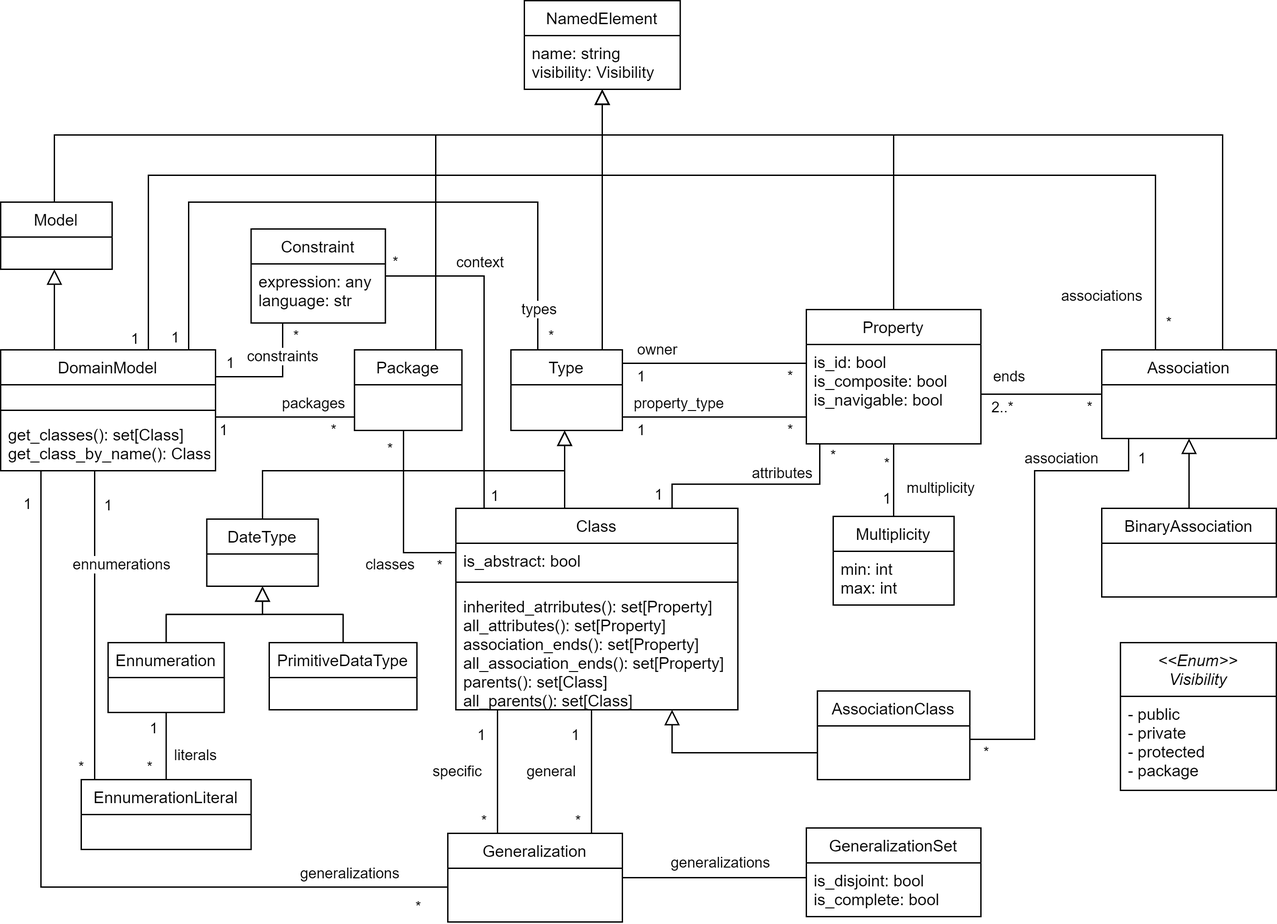
Before: docs/source/img/structural_mm.png, a diagram exported from draw.io (BESSER-PEARL/BESSER). Source tidied: cells renumbered, new cells last; positions are measured from the earlier drawing's top-left corner, leaving out a move shared by most shapes.
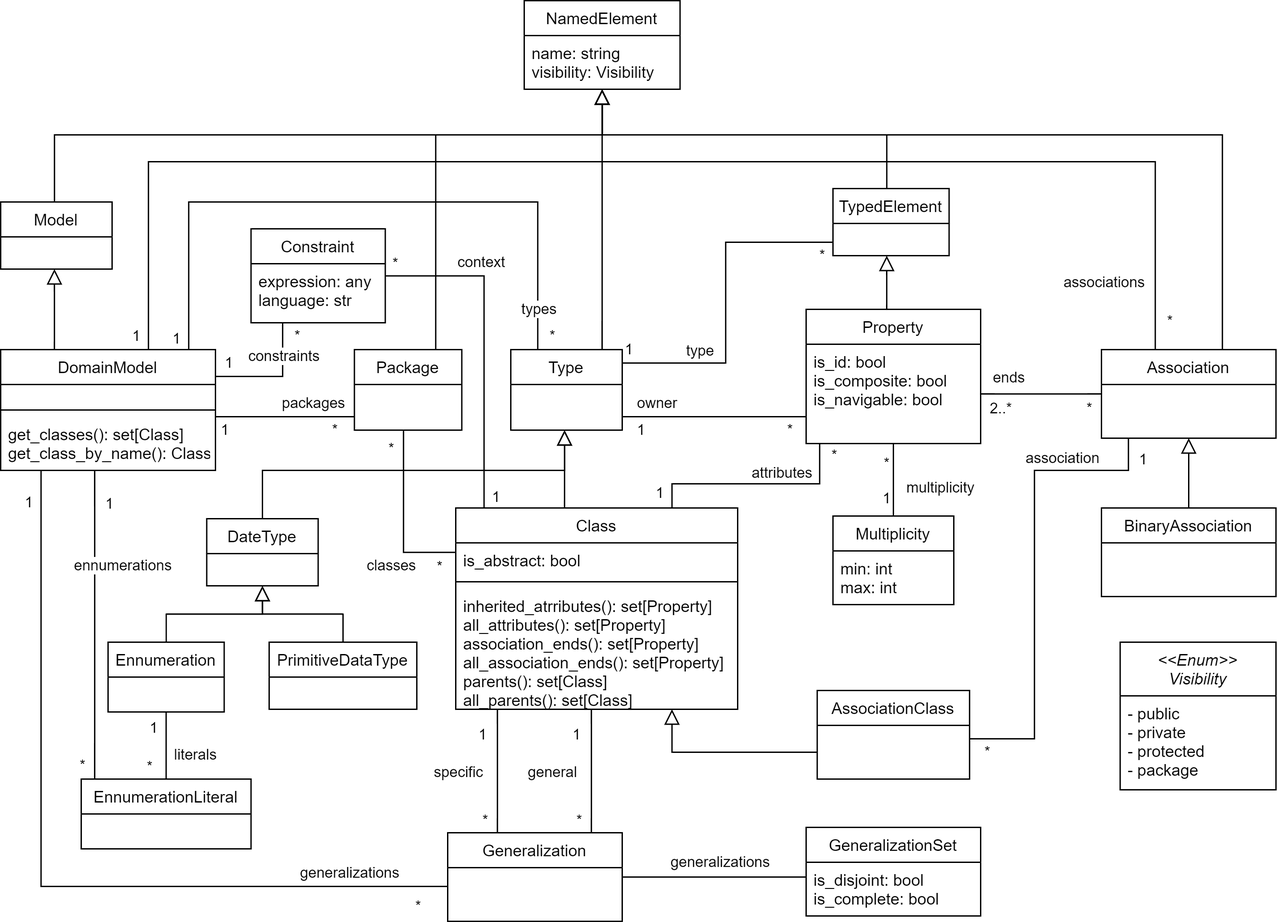
The same diagram one commit later.

The edit, as a diff of the source:
```diff
@@ -38,8 +38,8 @@
     <mxCell id="13" style="endArrow=none;html=1;edgeStyle=orthogonalEdgeStyle;rounded=0;" parent="1" edge="1" source="6" target="11">
       <mxGeometry relative="1" as="geometry">
         <Array as="points">
-          <mxPoint x="490" y="270" />
-          <mxPoint x="490" y="270" />
+          <mxPoint x="530" y="310" />
+          <mxPoint x="530" y="310" />
         </Array>
       </mxGeometry>
     </mxCell>
@@ -58,27 +58,27 @@
         <mxPoint x="-3" y="11" as="offset" />
       </mxGeometry>
     </mxCell>
-    <mxCell id="17" style="endArrow=none;html=1;edgeStyle=orthogonalEdgeStyle;rounded=0;" parent="1" edge="1" source="6" target="11">
+    <mxCell id="17" style="endArrow=none;html=1;edgeStyle=orthogonalEdgeStyle;rounded=0;" parent="1" edge="1" source="6" target="115">
       <mxGeometry relative="1" as="geometry">
         <Array as="points">
-          <mxPoint x="510" y="310" />
-          <mxPoint x="510" y="310" />
+          <mxPoint x="540" y="270" />
+          <mxPoint x="540" y="180" />
         </Array>
       </mxGeometry>
     </mxCell>
-    <mxCell id="18" value="property_type" style="edgeLabel;html=1;align=center;verticalAlign=middle;" parent="17" vertex="1">
+    <mxCell id="18" value="type" style="edgeLabel;html=1;align=center;verticalAlign=middle;" parent="17" vertex="1">
       <mxGeometry x="0.2" y="-1" relative="1" as="geometry">
-        <mxPoint x="-40" y="-11" as="offset" />
+        <mxPoint x="-21" y="61" as="offset" />
       </mxGeometry>
     </mxCell>
     <mxCell id="19" value="1" style="edgeLabel;html=1;align=center;verticalAlign=middle;" parent="17" vertex="1">
       <mxGeometry x="-0.8" y="-1" relative="1" as="geometry">
-        <mxPoint y="9" as="offset" />
+        <mxPoint x="-20" y="-11" as="offset" />
       </mxGeometry>
     </mxCell>
     <mxCell id="20" value="*" style="edgeLabel;html=1;align=center;verticalAlign=middle;" parent="17" vertex="1">
       <mxGeometry x="0.86" y="1" relative="1" as="geometry">
-        <mxPoint x="-3" y="11" as="offset" />
+        <mxPoint x="9" y="11" as="offset" />
       </mxGeometry>
     </mxCell>
     <mxCell id="21" style="endArrow=none;html=1;edgeStyle=orthogonalEdgeStyle;rounded=0;" parent="1" edge="1" source="9" target="11">
@@ -424,8 +424,8 @@
     <mxCell id="89" style="endArrow=none;html=1;edgeStyle=orthogonalEdgeStyle;rounded=0;" parent="1" edge="1" source="62" target="36">
       <mxGeometry relative="1" as="geometry">
         <Array as="points">
-          <mxPoint x="110" y="130" />
-          <mxPoint x="860" y="130" />
+          <mxPoint x="110" y="120" />
+          <mxPoint x="860" y="120" />
         </Array>
       </mxGeometry>
     </mxCell>
@@ -555,10 +555,10 @@
         </Array>
       </mxGeometry>
     </mxCell>
-    <mxCell id="113" style="edgeStyle=orthogonalEdgeStyle;rounded=0;jettySize=auto;html=1;fontSize=12;fontColor=#99BEFF;startArrow=none;startFill=0;endArrow=block;endFill=0;endSize=9;" parent="1" edge="1" source="11" target="4">
+    <mxCell id="113" style="edgeStyle=orthogonalEdgeStyle;rounded=0;jettySize=auto;html=1;fontSize=12;fontColor=#99BEFF;startArrow=none;startFill=0;endArrow=block;endFill=0;endSize=9;" parent="1" edge="1" source="115" target="4">
       <mxGeometry relative="1" as="geometry">
         <Array as="points">
-          <mxPoint x="665" y="100" />
+          <mxPoint x="660" y="100" />
           <mxPoint x="448" y="100" />
         </Array>
       </mxGeometry>
@@ -571,5 +571,16 @@
         </Array>
       </mxGeometry>
     </mxCell>
+    <mxCell id="115" value="TypedElement" style="swimlane;fontStyle=0;horizontal=1;startSize=26;" parent="1" vertex="1">
+      <mxGeometry x="620" y="140" width="86.5" height="50" as="geometry" />
+    </mxCell>
+    <mxCell id="116" style="edgeStyle=orthogonalEdgeStyle;rounded=0;jettySize=auto;html=1;fontSize=12;fontColor=#99BEFF;startArrow=none;startFill=0;endArrow=block;endFill=0;endSize=9;" parent="1" edge="1" source="11" target="115">
+      <mxGeometry relative="1" as="geometry">
+        <Array as="points">
+          <mxPoint x="660" y="220" />
+          <mxPoint x="660" y="220" />
+        </Array>
+      </mxGeometry>
+    </mxCell>
   </root>
 </mxGraphModel>
```
